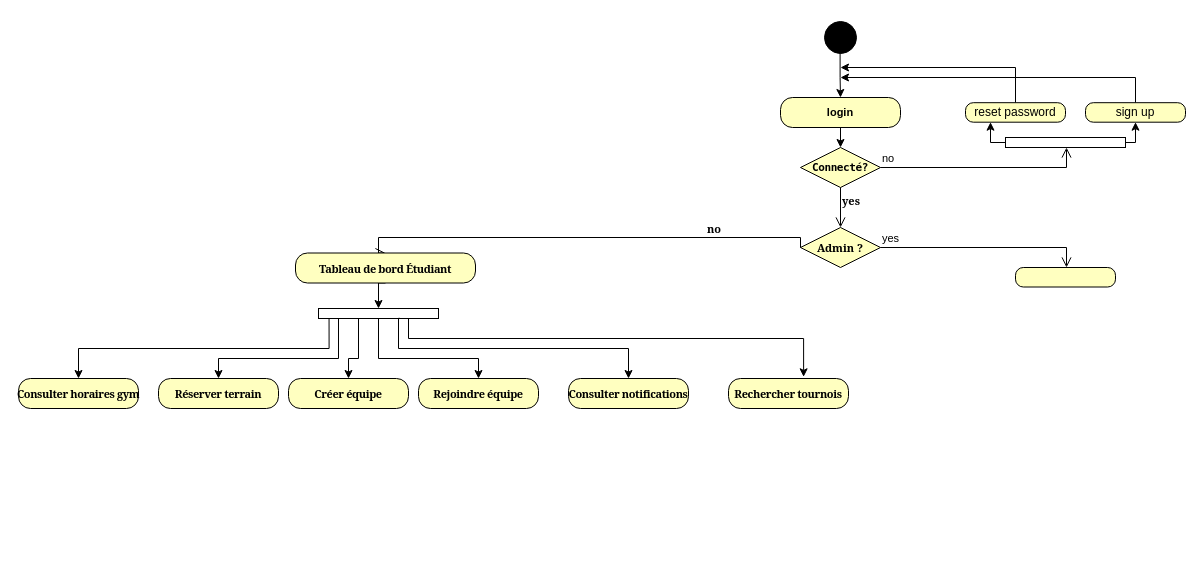
The draw.io diagram activite.drawio in oualidazemray/ENIIMSPORTS-v2, before the edit. Source tidied: cells renumbered, new cells numbered last; positions are measured from the earlier drawing's top-left corner, leaving out a move shared by most shapes. Both pictures are drawn from the tidied source at 100%, with x=0, y=0 at pixel (18, 17).
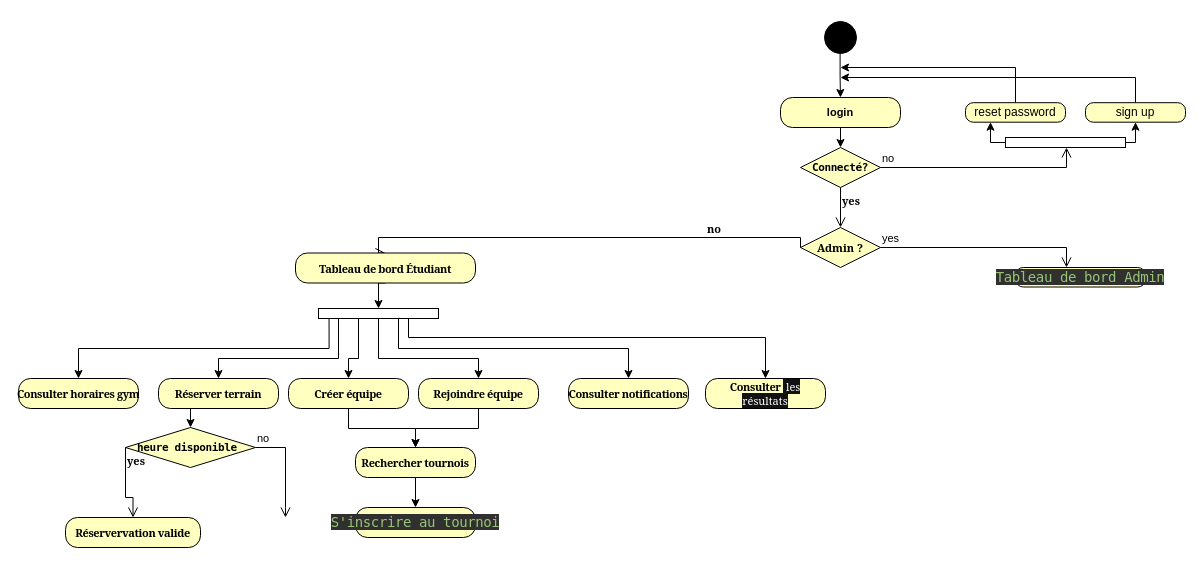
Above is the later version.

Unchanged cells that the change refers to:
```xml
<mxCell id="22" value="&lt;span style=&quot;letter-spacing: -0.4px; text-align: left; white-space: pre;&quot;&gt;Rejoindre équipe&lt;/span&gt;" style="rounded=1;whiteSpace=wrap;html=1;arcSize=40;fontColor=default;fillColor=#ffffc0;strokeColor=default;labelBackgroundColor=none;fontSize=11;fontStyle=1;fontFamily=Georgia;" parent="1" vertex="1">
  <mxGeometry x="400" y="361" width="120" height="30" as="geometry" />
</mxCell>
<mxCell id="25" value="&lt;span style=&quot;letter-spacing: -0.4px; text-align: left; white-space: pre;&quot;&gt;Créer équipe&lt;/span&gt;" style="rounded=1;whiteSpace=wrap;html=1;arcSize=40;fontColor=default;fillColor=#ffffc0;strokeColor=default;labelBackgroundColor=none;fontSize=11;fontStyle=1;fontFamily=Georgia;" parent="1" vertex="1">
  <mxGeometry x="270" y="361" width="120" height="30" as="geometry" />
</mxCell>
<mxCell id="26" value="&lt;span style=&quot;letter-spacing: -0.4px; text-align: left; white-space: pre;&quot;&gt;Réserver terrain&lt;/span&gt;" style="rounded=1;whiteSpace=wrap;html=1;arcSize=40;fontColor=default;fillColor=#ffffc0;strokeColor=default;labelBackgroundColor=none;fontSize=11;fontStyle=1;fontFamily=Georgia;" parent="1" vertex="1">
  <mxGeometry x="140" y="361" width="120" height="30" as="geometry" />
</mxCell>
<mxCell id="33" style="rounded=0;whiteSpace=wrap;html=1;fillColor=none;strokeColor=default;labelBackgroundColor=none;fontColor=default;fontFamily=Georgia;fontStyle=1;fontSize=11;" parent="1" vertex="1">
  <mxGeometry x="300" y="291" width="120" height="10" as="geometry" />
</mxCell>
```

What changed in the source:
```diff
@@
-    <mxCell id="19" style="rounded=1;whiteSpace=wrap;html=1;arcSize=40;fontColor=#000000;fillColor=#ffffc0;strokeColor=default;" parent="1" vertex="1">
-      <mxGeometry x="997" y="250" width="100" height="19.5" as="geometry" />
+    <mxCell id="19" value="&lt;span style=&quot;color: rgb(152, 195, 121); font-family: &amp;quot;Fira Code&amp;quot;, &amp;quot;Fira Mono&amp;quot;, Menlo, Consolas, &amp;quot;DejaVu Sans Mono&amp;quot;, monospace; font-size: 14px; letter-spacing: -0.4px; text-align: left; white-space: pre; background-color: rgb(48, 48, 46);&quot;&gt;Tableau de bord Admin&lt;/span&gt;" style="rounded=1;whiteSpace=wrap;html=1;arcSize=40;fontColor=#000000;fillColor=#ffffc0;strokeColor=default;" parent="1" vertex="1">
+      <mxGeometry x="997" y="250" width="130" height="19.5" as="geometry" />
     </mxCell>
@@
+    <mxCell id="35" style="edgeStyle=orthogonalEdgeStyle;rounded=0;jettySize=auto;html=1;entryX=0.5;entryY=0;entryDx=0;entryDy=0;" parent="1" edge="1" source="22" target="24">
+      <mxGeometry relative="1" as="geometry" />
+    </mxCell>
@@
+    <mxCell id="36" style="edgeStyle=orthogonalEdgeStyle;rounded=0;jettySize=auto;html=1;" parent="1" edge="1" source="24" target="41">
+      <mxGeometry relative="1" as="geometry" />
+    </mxCell>
     <mxCell id="24" value="&lt;span style=&quot;letter-spacing: -0.4px; text-align: left; white-space: pre;&quot;&gt;Rechercher tournois&lt;/span&gt;" style="rounded=1;whiteSpace=wrap;html=1;arcSize=40;fontColor=default;fillColor=#ffffc0;strokeColor=default;labelBackgroundColor=none;fontSize=11;fontStyle=1;fontFamily=Georgia;" parent="1" vertex="1">
-      <mxGeometry x="710" y="361" width="120" height="30" as="geometry" />
+      <mxGeometry x="337" y="430" width="120" height="30" as="geometry" />
     </mxCell>
+    <mxCell id="37" style="edgeStyle=orthogonalEdgeStyle;rounded=0;jettySize=auto;html=1;exitX=0.5;exitY=1;exitDx=0;exitDy=0;entryX=0.5;entryY=0;entryDx=0;entryDy=0;" parent="1" edge="1" source="25" target="24">
+      <mxGeometry relative="1" as="geometry" />
+    </mxCell>
@@
+    <mxCell id="38" style="edgeStyle=orthogonalEdgeStyle;rounded=0;jettySize=auto;html=1;exitX=0.5;exitY=1;exitDx=0;exitDy=0;entryX=0.5;entryY=0;entryDx=0;entryDy=0;" parent="1" edge="1" source="26" target="42">
+      <mxGeometry relative="1" as="geometry" />
+    </mxCell>
@@
-    <mxCell id="32" style="edgeStyle=orthogonalEdgeStyle;rounded=0;jettySize=auto;html=1;exitX=0.75;exitY=1;exitDx=0;exitDy=0;entryX=0.626;entryY=-0.056;entryDx=0;entryDy=0;entryPerimeter=0;labelBackgroundColor=none;fontColor=default;fontFamily=Georgia;fontStyle=1;fontSize=11;" parent="1" edge="1" source="33" target="24">
-      <mxGeometry relative="1" as="geometry">
-        <Array as="points">
-          <mxPoint x="390" y="321" />
-          <mxPoint x="785" y="321" />
-        </Array>
-      </mxGeometry>
-    </mxCell>
+    <mxCell id="39" style="edgeStyle=orthogonalEdgeStyle;rounded=0;jettySize=auto;html=1;exitX=0.75;exitY=1;exitDx=0;exitDy=0;entryX=0.5;entryY=0;entryDx=0;entryDy=0;" parent="1" edge="1" source="33" target="40">
+      <mxGeometry relative="1" as="geometry">
+        <Array as="points">
+          <mxPoint x="390" y="320" />
+          <mxPoint x="747" y="320" />
+        </Array>
+      </mxGeometry>
+    </mxCell>
@@
+    <mxCell id="40" value="&lt;span style=&quot;letter-spacing: -0.4px; text-align: left; white-space: pre;&quot;&gt;Consulter &lt;/span&gt;&lt;span style=&quot;color: rgb(255, 255, 255); font-weight: 400; background-color: rgb(18, 18, 18);&quot;&gt;&amp;nbsp;les résultats&lt;/span&gt;" style="rounded=1;whiteSpace=wrap;html=1;arcSize=40;fontColor=default;fillColor=#ffffc0;strokeColor=default;labelBackgroundColor=none;fontSize=11;fontStyle=1;fontFamily=Georgia;" parent="1" vertex="1">
+      <mxGeometry x="687" y="361" width="120" height="30" as="geometry" />
+    </mxCell>
+    <mxCell id="41" value="&lt;span style=&quot;color: rgb(152, 195, 121); font-family: &amp;quot;Fira Code&amp;quot;, &amp;quot;Fira Mono&amp;quot;, Menlo, Consolas, &amp;quot;DejaVu Sans Mono&amp;quot;, monospace; font-size: 14px; font-weight: 400; letter-spacing: -0.4px; text-align: left; white-space: pre; background-color: rgb(48, 48, 46);&quot;&gt;S'inscrire au tournoi&lt;/span&gt;" style="rounded=1;whiteSpace=wrap;html=1;arcSize=40;fontColor=default;fillColor=#ffffc0;strokeColor=default;labelBackgroundColor=none;fontSize=11;fontStyle=1;fontFamily=Georgia;" parent="1" vertex="1">
+      <mxGeometry x="337" y="490" width="120" height="30" as="geometry" />
+    </mxCell>
+    <mxCell id="42" value="&lt;span style=&quot;font-family: &amp;quot;Fira Code&amp;quot;, &amp;quot;Fira Mono&amp;quot;, Menlo, Consolas, &amp;quot;DejaVu Sans Mono&amp;quot;, monospace; letter-spacing: -0.4px; text-align: left; white-space: pre;&quot;&gt;heure disponible &lt;/span&gt;" style="rhombus;whiteSpace=wrap;html=1;fontColor=default;fillColor=#ffffc0;strokeColor=default;labelBackgroundColor=none;fontSize=11;fontStyle=1;" parent="1" vertex="1">
+      <mxGeometry x="107" y="410" width="130" height="40" as="geometry" />
+    </mxCell>
+    <mxCell id="43" value="no" style="edgeStyle=orthogonalEdgeStyle;html=1;align=left;verticalAlign=bottom;endArrow=open;endSize=8;strokeColor=#000000;rounded=0;exitX=1;exitY=0.5;exitDx=0;exitDy=0;" parent="1" edge="1" source="42">
+      <mxGeometry x="-1" relative="1" as="geometry">
+        <mxPoint x="267" y="500" as="targetPoint" />
+        <Array as="points">
+          <mxPoint x="267" y="430" />
+          <mxPoint x="267" y="490" />
+        </Array>
+      </mxGeometry>
+    </mxCell>
+    <mxCell id="44" value="yes" style="edgeStyle=orthogonalEdgeStyle;html=1;align=left;verticalAlign=top;endArrow=open;endSize=8;strokeColor=#000000;rounded=0;fontColor=default;labelBackgroundColor=none;fontSize=11;fontStyle=1;fontFamily=Georgia;entryX=0.5;entryY=0;entryDx=0;entryDy=0;" parent="1" edge="1" source="42" target="45">
+      <mxGeometry x="-1" relative="1" as="geometry">
+        <Array as="points">
+          <mxPoint x="107" y="480" />
+          <mxPoint x="115" y="480" />
+        </Array>
+      </mxGeometry>
+    </mxCell>
+    <mxCell id="45" value="&lt;span style=&quot;letter-spacing: -0.4px; text-align: left; white-space: pre;&quot;&gt;Réservervation valide&lt;/span&gt;" style="rounded=1;whiteSpace=wrap;html=1;arcSize=40;fontColor=default;fillColor=#ffffc0;strokeColor=default;labelBackgroundColor=none;fontSize=11;fontStyle=1;fontFamily=Georgia;" parent="1" vertex="1">
+      <mxGeometry x="47" y="500" width="135" height="30" as="geometry" />
+    </mxCell>
```
